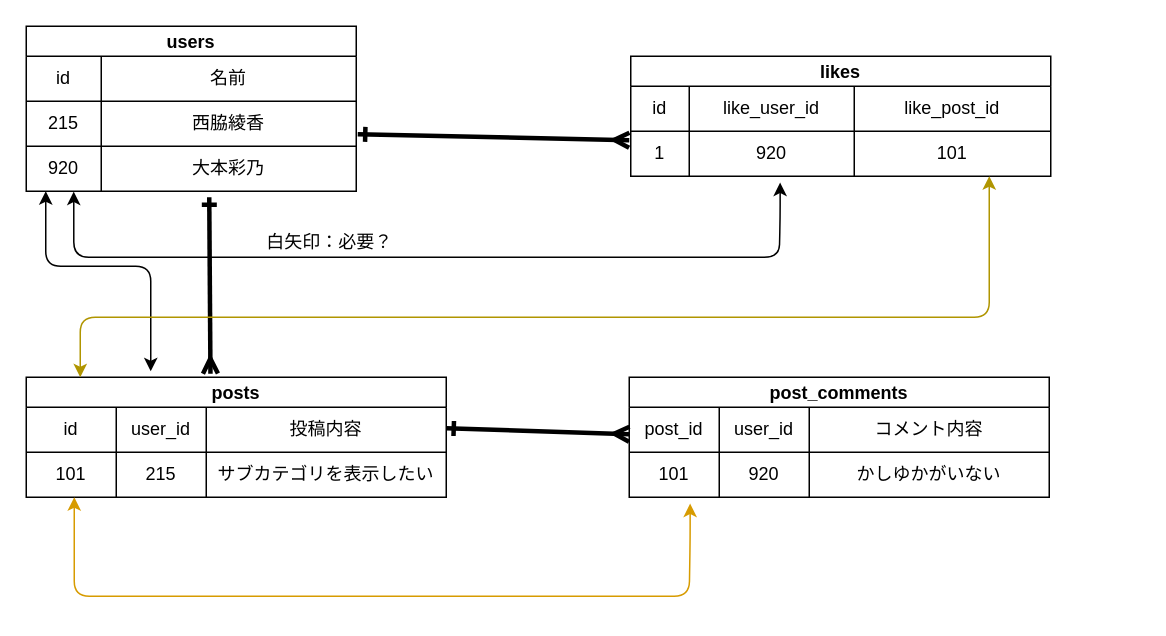
I-Kouta/compass keeps this draw.io diagram as page "投稿、ユーザー、コメント、いいねのリレーション" (3 of 3) of compass.dio. Above is the earlier version. Source tidied: cells renumbered, new cells numbered last; positions are measured from the earlier drawing's top-left corner, leaving out a move shared by most shapes. Both pictures are drawn from the tidied source at 150%, with x=0, y=0 at pixel (26, 26).
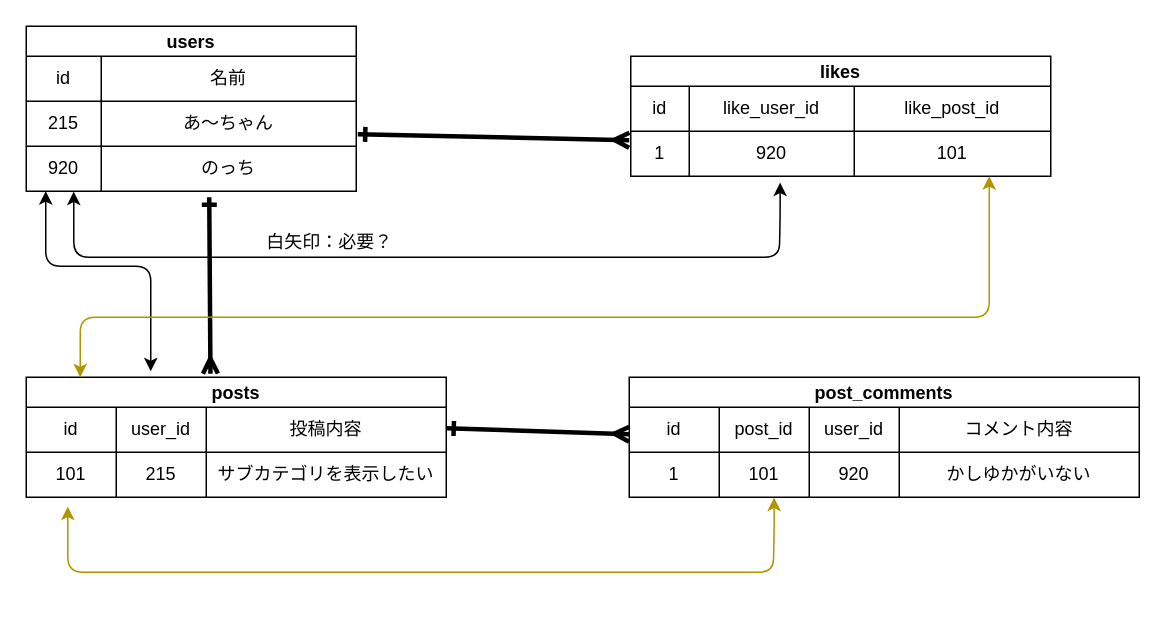
The same page after the edit.

Unchanged cells that the change refers to:
```xml
<mxCell id="24" style="shape=partialRectangle;html=1;whiteSpace=wrap;fillColor=none;top=0;left=0;bottom=0;right=0;" parent="20" vertex="1">
  <mxGeometry y="50" width="220" height="30" as="geometry" />
</mxCell>
<mxCell id="27" style="shape=partialRectangle;html=1;whiteSpace=wrap;fillColor=none;top=0;left=0;bottom=0;right=0;points=[[0,0.5],[1,0.5]];portConstraint=eastwest;" parent="20" vertex="1">
  <mxGeometry y="80" width="220" height="30" as="geometry" />
</mxCell>
```

Change to the diagram source:
```diff
@@
     <mxCell id="11" value="post_comments" style="shape=table;startSize=20;childLayout=tableLayout;fontStyle=1;align=center;" parent="1" vertex="1">
-      <mxGeometry x="402" y="234" width="280" height="80" as="geometry" />
+      <mxGeometry x="402" y="234" width="340" height="80" as="geometry" />
     </mxCell>
     <mxCell id="12" style="shape=partialRectangle;html=1;whiteSpace=wrap;fillColor=none;top=0;left=0;bottom=0;right=0;" parent="11" vertex="1">
-      <mxGeometry y="20" width="280" height="30" as="geometry" />
+      <mxGeometry y="20" width="340" height="30" as="geometry" />
     </mxCell>
+    <mxCell id="47" value="id" style="shape=partialRectangle;html=1;whiteSpace=wrap;fillColor=none;top=0;left=0;bottom=0;right=0;overflow=hidden;" parent="12" vertex="1">
+      <mxGeometry width="60" height="30" as="geometry" />
+    </mxCell>
     <mxCell id="13" value="post_id" style="shape=partialRectangle;html=1;whiteSpace=wrap;fillColor=none;top=0;left=0;bottom=0;right=0;overflow=hidden;" parent="12" vertex="1">
-      <mxGeometry width="60" height="30" as="geometry" />
+      <mxGeometry x="60" width="60" height="30" as="geometry" />
     </mxCell>
     <mxCell id="14" value="user_id" style="shape=partialRectangle;html=1;whiteSpace=wrap;fillColor=none;top=0;left=0;bottom=0;right=0;overflow=hidden;" parent="12" vertex="1">
-      <mxGeometry x="60" width="60" height="30" as="geometry" />
+      <mxGeometry x="120" width="60" height="30" as="geometry" />
     </mxCell>
     <mxCell id="15" value="コメント内容" style="shape=partialRectangle;html=1;whiteSpace=wrap;fillColor=none;top=0;left=0;bottom=0;right=0;overflow=hidden;" parent="12" vertex="1">
-      <mxGeometry x="120" width="160" height="30" as="geometry" />
+      <mxGeometry x="180" width="160" height="30" as="geometry" />
     </mxCell>
     <mxCell id="16" style="shape=partialRectangle;html=1;whiteSpace=wrap;fillColor=none;top=0;left=0;bottom=0;right=0;points=[[0,0.5],[1,0.5]];portConstraint=eastwest;" parent="11" vertex="1">
-      <mxGeometry y="50" width="280" height="30" as="geometry" />
+      <mxGeometry y="50" width="340" height="30" as="geometry" />
     </mxCell>
+    <mxCell id="48" value="1" style="shape=partialRectangle;html=1;whiteSpace=wrap;fillColor=none;top=0;left=0;bottom=0;right=0;overflow=hidden;" parent="16" vertex="1">
+      <mxGeometry width="60" height="30" as="geometry" />
+    </mxCell>
     <mxCell id="17" value="101" style="shape=partialRectangle;html=1;whiteSpace=wrap;fillColor=none;top=0;left=0;bottom=0;right=0;overflow=hidden;" parent="16" vertex="1">
-      <mxGeometry width="60" height="30" as="geometry" />
+      <mxGeometry x="60" width="60" height="30" as="geometry" />
     </mxCell>
     <mxCell id="18" value="920" style="shape=partialRectangle;html=1;whiteSpace=wrap;fillColor=none;top=0;left=0;bottom=0;right=0;overflow=hidden;" parent="16" vertex="1">
-      <mxGeometry x="60" width="60" height="30" as="geometry" />
+      <mxGeometry x="120" width="60" height="30" as="geometry" />
     </mxCell>
     <mxCell id="19" value="かしゆかがいない" style="shape=partialRectangle;html=1;whiteSpace=wrap;fillColor=none;top=0;left=0;bottom=0;right=0;overflow=hidden;" parent="16" vertex="1">
-      <mxGeometry x="120" width="160" height="30" as="geometry" />
+      <mxGeometry x="180" width="160" height="30" as="geometry" />
     </mxCell>
@@
-    <mxCell id="26" value="西脇綾香" style="shape=partialRectangle;html=1;whiteSpace=wrap;fillColor=none;top=0;left=0;bottom=0;right=0;overflow=hidden;" parent="24" vertex="1">
+    <mxCell id="26" value="あ〜ちゃん" style="shape=partialRectangle;html=1;whiteSpace=wrap;fillColor=none;top=0;left=0;bottom=0;right=0;overflow=hidden;" parent="24" vertex="1">
       <mxGeometry x="50" width="170" height="30" as="geometry" />
     </mxCell>
@@
-    <mxCell id="29" value="大本彩乃" style="shape=partialRectangle;html=1;whiteSpace=wrap;fillColor=none;top=0;left=0;bottom=0;right=0;overflow=hidden;" parent="27" vertex="1">
+    <mxCell id="29" value="のっち" style="shape=partialRectangle;html=1;whiteSpace=wrap;fillColor=none;top=0;left=0;bottom=0;right=0;overflow=hidden;" parent="27" vertex="1">
       <mxGeometry x="50" width="170" height="30" as="geometry" />
     </mxCell>
@@
-    <mxCell id="43" style="edgeStyle=segmentEdgeStyle;endArrow=classic;html=1;startArrow=classic;startFill=1;exitX=0.145;exitY=1.141;exitDx=0;exitDy=0;exitPerimeter=0;fillColor=#ffcd28;strokeColor=#d79b00;gradientColor=#ffa500;entryX=0.148;entryY=1.067;entryDx=0;entryDy=0;entryPerimeter=0;" parent="1" edge="1" source="16">
-      <mxGeometry relative="1" as="geometry">
-        <mxPoint x="32" y="314" as="targetPoint" />
-        <Array as="points">
-          <mxPoint x="443" y="341" />
-          <mxPoint x="442" y="380" />
-          <mxPoint x="32" y="380" />
-        </Array>
-      </mxGeometry>
-    </mxCell>
@@
+    <mxCell id="49" style="edgeStyle=segmentEdgeStyle;endArrow=classic;html=1;startArrow=classic;startFill=1;exitX=0.145;exitY=1.141;exitDx=0;exitDy=0;exitPerimeter=0;entryX=0.144;entryY=1.008;entryDx=0;entryDy=0;entryPerimeter=0;fillColor=#e3c800;strokeColor=#B09500;" parent="1" edge="1">
+      <mxGeometry relative="1" as="geometry">
+        <mxPoint x="498.6" y="314.2" as="sourcePoint" />
+        <mxPoint x="27.7" y="320.2" as="targetPoint" />
+        <Array as="points">
+          <mxPoint x="499" y="337" />
+          <mxPoint x="498" y="364" />
+          <mxPoint x="28" y="364" />
+        </Array>
+      </mxGeometry>
+    </mxCell>
```
